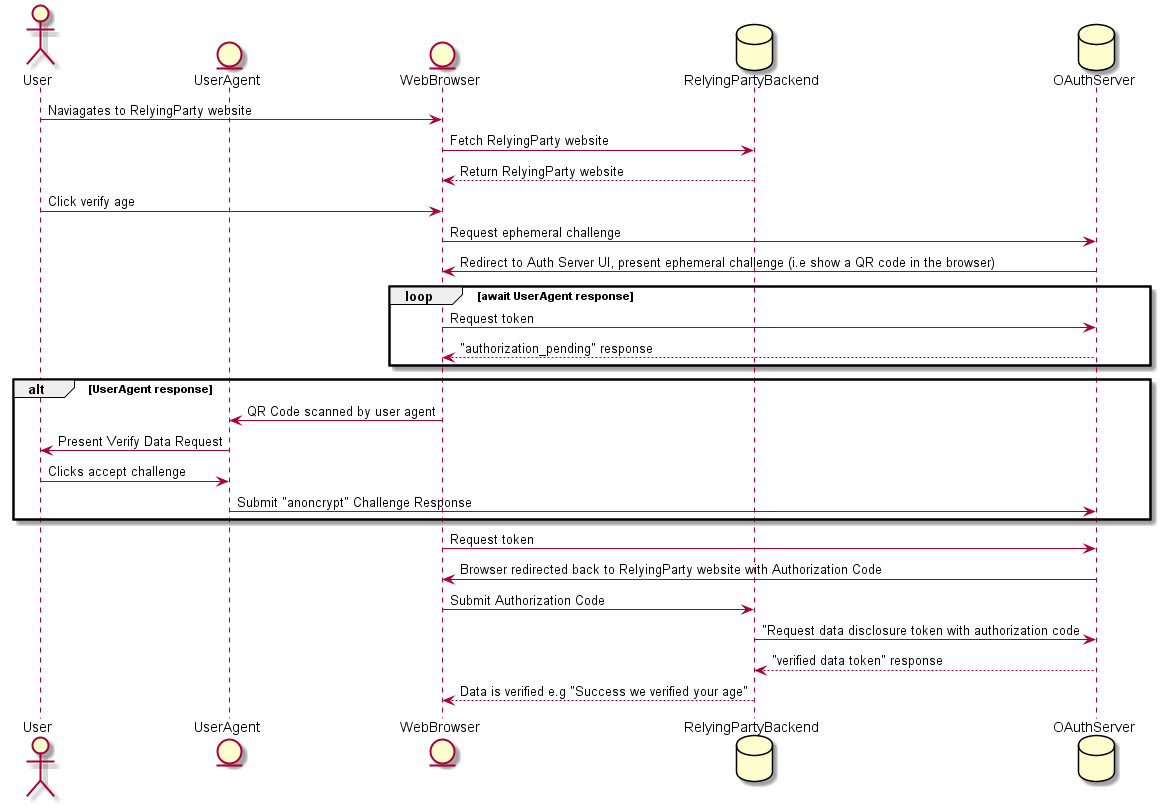
Earlier version of the PlantUML export text/oauth-ephemeral-integration/redirect-challenge-flow.png (hyperledger/indy-hipe).
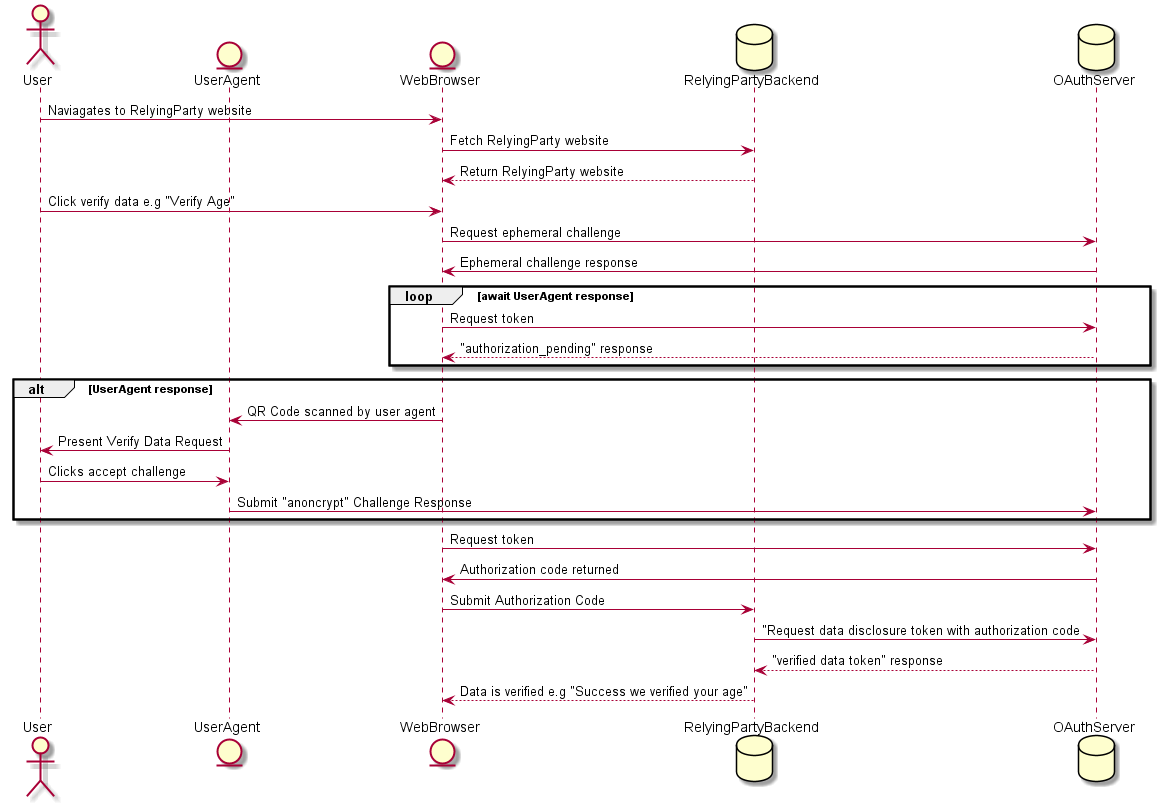
After the change.

What changed in the source:
```diff
@@ -1,4 +1,4 @@
-@startuml "challenge-flow"
+@startuml "non-redirect-challenge-flow"
 actor User
 entity UserAgent
 entity WebBrowser
@@ -8,10 +8,10 @@
 User -> WebBrowser: Naviagates to RelyingParty website
 WebBrowser -> RelyingPartyBackend: Fetch RelyingParty website
 RelyingPartyBackend --> WebBrowser: Return RelyingParty website
-User -> WebBrowser: Click verify age
+User -> WebBrowser: Click verify data e.g "Verify Age"
 
 WebBrowser -> OAuthServer: Request ephemeral challenge
-OAuthServer -> WebBrowser: Redirect to Auth Server UI, present ephemeral challenge (i.e show a QR code in the browser)
+OAuthServer -> WebBrowser: Ephemeral challenge response
 
 loop await UserAgent response
     WebBrowser -> OAuthServer: Request token
@@ -26,7 +26,7 @@
 end
 
 WebBrowser -> OAuthServer: Request token
-OAuthServer -> WebBrowser: Browser redirected back to RelyingParty website with Authorization Code
+OAuthServer -> WebBrowser: Authorization code returned
 WebBrowser -> RelyingPartyBackend: Submit Authorization Code
 
 RelyingPartyBackend -> OAuthServer: "Request data disclosure token with authorization code
```
